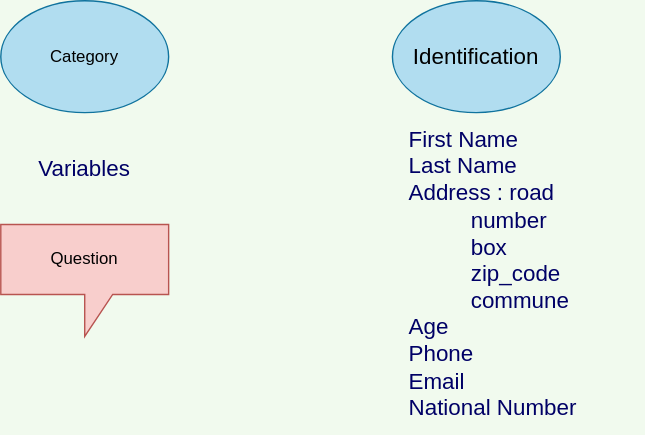
This is concepts/Variables_needed.svg from Joffreybvn/police-training-chatbot, a draw.io export, as it was before one commit. Source tidied: cells renumbered, new cells last; positions are measured from the earlier drawing's top-left corner, leaving out a move shared by most shapes. Source of this version:
```xml
<mxGraphModel background="#F1FAEE">
  <root>
    <mxCell id="0" />
    <mxCell id="1" parent="0" />
    <mxCell id="2" value="Category" style="ellipse;whiteSpace=wrap;html=1;fillColor=#b1ddf0;strokeColor=#10739e;" parent="1" vertex="1">
      <mxGeometry width="120" height="80" as="geometry" />
    </mxCell>
    <mxCell id="3" value="Question" style="shape=callout;whiteSpace=wrap;html=1;perimeter=calloutPerimeter;rounded=0;sketch=0;strokeColor=#b85450;fillColor=#f8cecc;" parent="1" vertex="1">
      <mxGeometry y="160" width="120" height="80" as="geometry" />
    </mxCell>
    <mxCell id="4" value="Variables" style="text;html=1;align=center;verticalAlign=middle;whiteSpace=wrap;rounded=0;sketch=0;strokeWidth=1;fontColor=#000066;fontSize=16;" parent="1" vertex="1">
      <mxGeometry x="40" y="110" width="40" height="20" as="geometry" />
    </mxCell>
    <mxCell id="5" value="Identification" style="ellipse;whiteSpace=wrap;html=1;fillColor=#b1ddf0;strokeColor=#10739e;fontSize=16;" parent="1" vertex="1">
      <mxGeometry x="280" width="120" height="80" as="geometry" />
    </mxCell>
    <mxCell id="6" value="First Name&lt;br&gt;Last Name&lt;br&gt;Address : road&lt;br&gt;&amp;nbsp; &amp;nbsp; &amp;nbsp; &amp;nbsp; &amp;nbsp; number&lt;br&gt;&amp;nbsp; &amp;nbsp; &amp;nbsp; &amp;nbsp; &amp;nbsp; box&lt;br&gt;&lt;div&gt;&lt;span&gt;&amp;nbsp; &amp;nbsp; &amp;nbsp; &amp;nbsp; &amp;nbsp; zip_code&lt;/span&gt;&lt;/div&gt;&amp;nbsp; &amp;nbsp; &amp;nbsp; &amp;nbsp; &amp;nbsp; commune&lt;br&gt;Age&lt;br&gt;Phone&lt;br&gt;Email&lt;br&gt;National Number" style="text;html=1;align=left;verticalAlign=middle;whiteSpace=wrap;rounded=0;sketch=0;strokeWidth=1;fontColor=#000066;fontSize=16;" parent="1" vertex="1">
      <mxGeometry x="290" y="80" width="170" height="230" as="geometry" />
    </mxCell>
  </root>
</mxGraphModel>
```
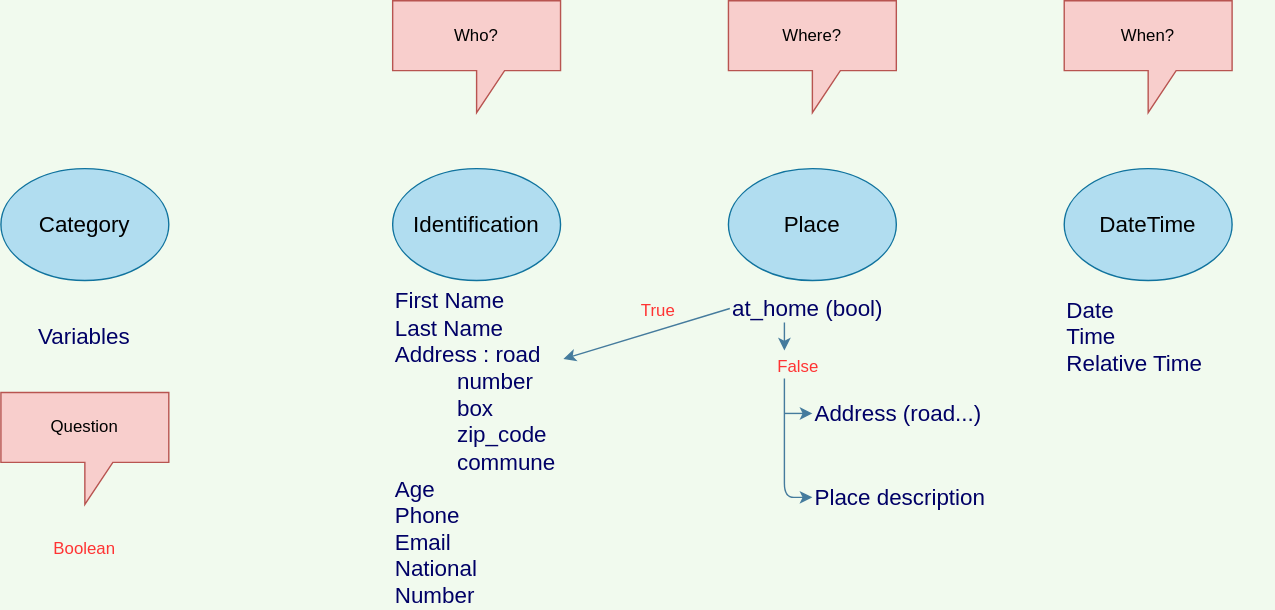
Later version of the same file.

The edit, as a diff of the source:
```diff
@@ -2,20 +2,79 @@
   <root>
     <mxCell id="0" />
     <mxCell id="1" parent="0" />
-    <mxCell id="2" value="Category" style="ellipse;whiteSpace=wrap;html=1;fillColor=#b1ddf0;strokeColor=#10739e;" parent="1" vertex="1">
+    <mxCell id="2" value="&lt;font style=&quot;font-size: 16px&quot;&gt;Category&lt;/font&gt;" style="ellipse;whiteSpace=wrap;html=1;fillColor=#b1ddf0;strokeColor=#10739e;" parent="1" vertex="1">
       <mxGeometry width="120" height="80" as="geometry" />
     </mxCell>
     <mxCell id="3" value="Question" style="shape=callout;whiteSpace=wrap;html=1;perimeter=calloutPerimeter;rounded=0;sketch=0;strokeColor=#b85450;fillColor=#f8cecc;" parent="1" vertex="1">
       <mxGeometry y="160" width="120" height="80" as="geometry" />
     </mxCell>
-    <mxCell id="4" value="Variables" style="text;html=1;align=center;verticalAlign=middle;whiteSpace=wrap;rounded=0;sketch=0;strokeWidth=1;fontColor=#000066;fontSize=16;" parent="1" vertex="1">
-      <mxGeometry x="40" y="110" width="40" height="20" as="geometry" />
+    <mxCell id="4" value="Variables" style="text;html=1;align=left;verticalAlign=middle;whiteSpace=wrap;rounded=0;sketch=0;strokeWidth=1;fontColor=#000066;fontSize=16;" parent="1" vertex="1">
+      <mxGeometry x="25" y="110" width="70" height="20" as="geometry" />
     </mxCell>
     <mxCell id="5" value="Identification" style="ellipse;whiteSpace=wrap;html=1;fillColor=#b1ddf0;strokeColor=#10739e;fontSize=16;" parent="1" vertex="1">
       <mxGeometry x="280" width="120" height="80" as="geometry" />
     </mxCell>
     <mxCell id="6" value="First Name&lt;br&gt;Last Name&lt;br&gt;Address : road&lt;br&gt;&amp;nbsp; &amp;nbsp; &amp;nbsp; &amp;nbsp; &amp;nbsp; number&lt;br&gt;&amp;nbsp; &amp;nbsp; &amp;nbsp; &amp;nbsp; &amp;nbsp; box&lt;br&gt;&lt;div&gt;&lt;span&gt;&amp;nbsp; &amp;nbsp; &amp;nbsp; &amp;nbsp; &amp;nbsp; zip_code&lt;/span&gt;&lt;/div&gt;&amp;nbsp; &amp;nbsp; &amp;nbsp; &amp;nbsp; &amp;nbsp; commune&lt;br&gt;Age&lt;br&gt;Phone&lt;br&gt;Email&lt;br&gt;National Number" style="text;html=1;align=left;verticalAlign=middle;whiteSpace=wrap;rounded=0;sketch=0;strokeWidth=1;fontColor=#000066;fontSize=16;" parent="1" vertex="1">
-      <mxGeometry x="290" y="80" width="170" height="230" as="geometry" />
+      <mxGeometry x="280" y="85" width="120" height="230" as="geometry" />
     </mxCell>
+    <mxCell id="7" value="Who?" style="shape=callout;whiteSpace=wrap;html=1;perimeter=calloutPerimeter;rounded=0;sketch=0;strokeColor=#b85450;fillColor=#f8cecc;" parent="1" vertex="1">
+      <mxGeometry x="280" y="-120" width="120" height="80" as="geometry" />
+    </mxCell>
+    <mxCell id="8" value="Where?" style="shape=callout;whiteSpace=wrap;html=1;perimeter=calloutPerimeter;rounded=0;sketch=0;strokeColor=#b85450;fillColor=#f8cecc;" parent="1" vertex="1">
+      <mxGeometry x="520" y="-120" width="120" height="80" as="geometry" />
+    </mxCell>
+    <mxCell id="9" value="Place" style="ellipse;whiteSpace=wrap;html=1;fillColor=#b1ddf0;strokeColor=#10739e;fontSize=16;" parent="1" vertex="1">
+      <mxGeometry x="520" width="120" height="80" as="geometry" />
+    </mxCell>
+    <mxCell id="10" value="at_home (bool)" style="text;html=1;align=left;verticalAlign=middle;whiteSpace=wrap;rounded=0;sketch=0;strokeWidth=1;fontColor=#000066;fontSize=16;" parent="1" vertex="1">
+      <mxGeometry x="521" y="90" width="150" height="20" as="geometry" />
+    </mxCell>
+    <mxCell id="11" style="endArrow=classic;html=1;strokeColor=#457B9D;fillColor=#A8DADC;fontSize=16;fontColor=#000066;exitX=0;exitY=0.5;exitDx=0;exitDy=0;entryX=1.017;entryY=0.222;entryDx=0;entryDy=0;entryPerimeter=0;" parent="1" edge="1" source="10" target="6">
+      <mxGeometry relative="1" as="geometry" />
+    </mxCell>
+    <mxCell id="12" value="&lt;font style=&quot;font-size: 12px&quot;&gt;True&lt;/font&gt;" style="text;html=1;align=center;verticalAlign=middle;whiteSpace=wrap;rounded=0;sketch=0;fontSize=16;fontColor=#FF3333;" parent="1" vertex="1">
+      <mxGeometry x="450" y="90" width="40" height="20" as="geometry" />
+    </mxCell>
+    <mxCell id="13" value="&lt;font style=&quot;font-size: 12px&quot;&gt;Boolean&lt;/font&gt;" style="text;html=1;align=center;verticalAlign=middle;whiteSpace=wrap;rounded=0;sketch=0;fontSize=16;fontColor=#FF3333;" parent="1" vertex="1">
+      <mxGeometry x="40" y="260" width="40" height="20" as="geometry" />
+    </mxCell>
+    <mxCell id="14" value="Address (road...)" style="text;html=1;align=left;verticalAlign=middle;whiteSpace=wrap;rounded=0;sketch=0;strokeWidth=1;fontColor=#000066;fontSize=16;" parent="1" vertex="1">
+      <mxGeometry x="580" y="160" width="130" height="30" as="geometry" />
+    </mxCell>
+    <mxCell id="15" value="Place description" style="text;html=1;align=left;verticalAlign=middle;whiteSpace=wrap;rounded=0;sketch=0;strokeWidth=1;fontColor=#000066;fontSize=16;" parent="1" vertex="1">
+      <mxGeometry x="580" y="220" width="130" height="30" as="geometry" />
+    </mxCell>
+    <mxCell id="16" style="edgeStyle=orthogonalEdgeStyle;curved=0;rounded=1;sketch=0;orthogonalLoop=1;jettySize=auto;html=1;exitX=0.5;exitY=1;exitDx=0;exitDy=0;strokeColor=#457B9D;fillColor=#A8DADC;fontSize=16;fontColor=#FF3333;" parent="1" edge="1" source="10" target="10">
+      <mxGeometry relative="1" as="geometry" />
+    </mxCell>
+    <mxCell id="17" style="endArrow=classic;html=1;strokeColor=#457B9D;fillColor=#A8DADC;fontSize=16;fontColor=#FF3333;exitX=0.25;exitY=1;exitDx=0;exitDy=0;entryX=0;entryY=0.5;entryDx=0;entryDy=0;" parent="1" edge="1" source="19" target="15">
+      <mxGeometry relative="1" as="geometry">
+        <Array as="points">
+          <mxPoint x="560" y="235" />
+        </Array>
+      </mxGeometry>
+    </mxCell>
+    <mxCell id="18" style="endArrow=classic;html=1;strokeColor=#457B9D;fillColor=#A8DADC;fontSize=16;fontColor=#FF3333;entryX=0;entryY=0.5;entryDx=0;entryDy=0;" parent="1" edge="1" target="14">
+      <mxGeometry relative="1" as="geometry">
+        <mxPoint x="560" y="175" as="sourcePoint" />
+      </mxGeometry>
+    </mxCell>
+    <mxCell id="19" value="&lt;font style=&quot;font-size: 12px&quot;&gt;False&lt;/font&gt;" style="text;html=1;align=center;verticalAlign=middle;whiteSpace=wrap;rounded=0;sketch=0;fontSize=16;fontColor=#FF3333;" parent="1" vertex="1">
+      <mxGeometry x="550" y="130" width="40" height="20" as="geometry" />
+    </mxCell>
+    <mxCell id="20" style="endArrow=classic;html=1;strokeColor=#457B9D;fillColor=#A8DADC;fontSize=16;fontColor=#FF3333;entryX=0.25;entryY=0;entryDx=0;entryDy=0;" parent="1" edge="1" target="19">
+      <mxGeometry relative="1" as="geometry">
+        <mxPoint x="560" y="110" as="sourcePoint" />
+      </mxGeometry>
+    </mxCell>
+    <mxCell id="21" value="When?" style="shape=callout;whiteSpace=wrap;html=1;perimeter=calloutPerimeter;rounded=0;sketch=0;strokeColor=#b85450;fillColor=#f8cecc;" parent="1" vertex="1">
+      <mxGeometry x="760" y="-120" width="120" height="80" as="geometry" />
+    </mxCell>
+    <mxCell id="22" value="DateTime" style="ellipse;whiteSpace=wrap;html=1;fillColor=#b1ddf0;strokeColor=#10739e;fontSize=16;" parent="1" vertex="1">
+      <mxGeometry x="760" width="120" height="80" as="geometry" />
+    </mxCell>
+    <mxCell id="23" value="Date&lt;br&gt;Time&lt;br&gt;Relative Time" style="text;html=1;align=left;verticalAlign=middle;whiteSpace=wrap;rounded=0;sketch=0;strokeWidth=1;fontColor=#000066;fontSize=16;" parent="1" vertex="1">
+      <mxGeometry x="760" y="90" width="150" height="60" as="geometry" />
+    </mxCell>
   </root>
 </mxGraphModel>
```
